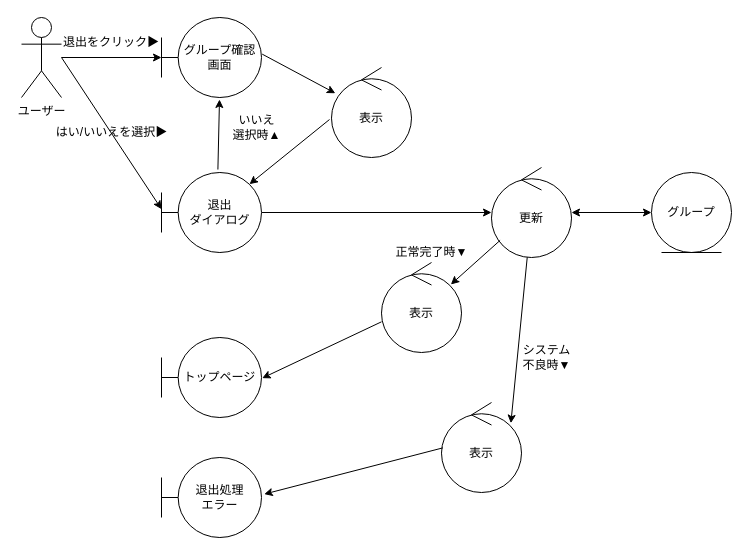
ksw2270227/GroupF keeps this draw.io diagram as page "グループ退出" (3 of 8) of out/ロバストネス図/ユーザー２-ロバストネス図.drawio. Above is the earlier version. Source tidied: cells renumbered, new cells numbered last; positions are measured from the earlier drawing's top-left corner, leaving out a move shared by most shapes. Both pictures are drawn from the tidied source at 100%, with x=0, y=0 at pixel (21, 17).
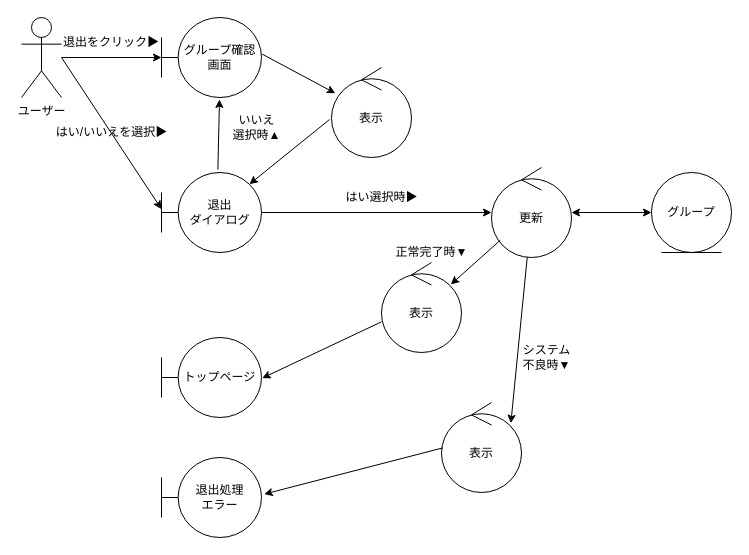
The same diagram, later.

Diff of the diagram source:
```diff
@@
+    <mxCell id="28" value="はい選択時▶" style="text;html=1;align=center;verticalAlign=middle;strokeColor=none;fillColor=none;" parent="1" vertex="1">
+      <mxGeometry x="310" y="165" width="100" height="30" as="geometry" />
+    </mxCell>
```
